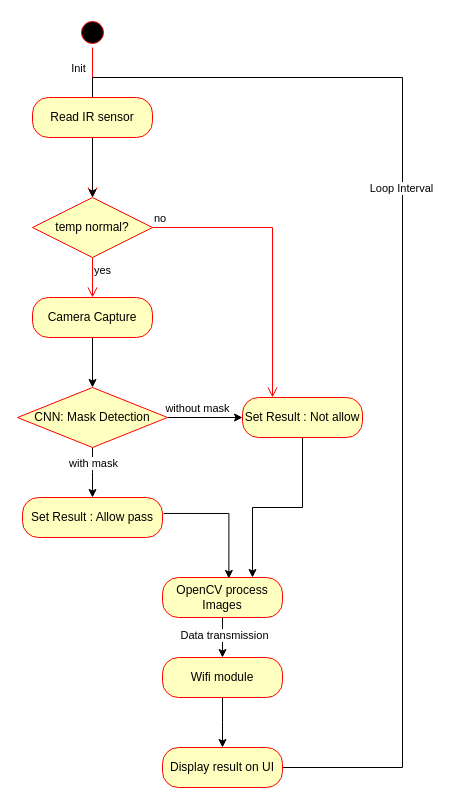
ArcueidShiki/SmartEntrySystem keeps this draw.io diagram as page "status diagram" (4 of 4) of Untitled Diagram.drawio. Above is the earlier version. Source tidied: cells renumbered, new cells numbered last; positions are measured from the earlier drawing's top-left corner, leaving out a move shared by most shapes. Both pictures are drawn from the tidied source at 100%, with x=0, y=0 at pixel (17, 17).
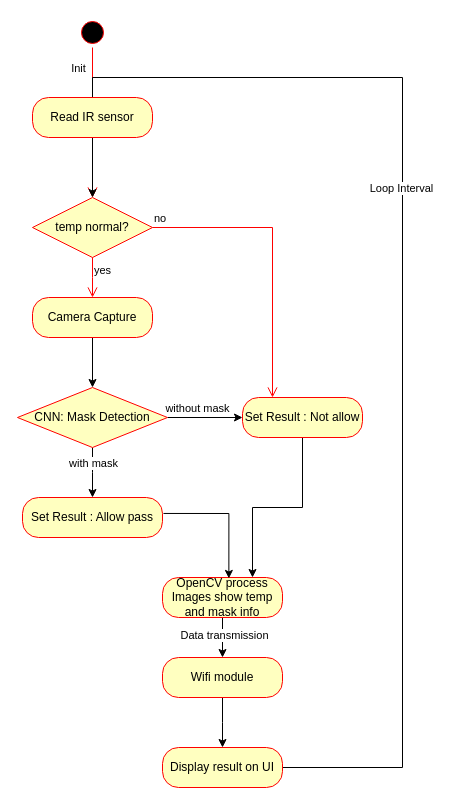
The same page after the edit.

The edit, as a diff of the source:
```diff
@@
-    <mxCell id="23" value="OpenCV process Images" style="rounded=1;whiteSpace=wrap;html=1;arcSize=40;fontColor=#000000;fillColor=#ffffc0;strokeColor=#ff0000;" parent="1" vertex="1">
+    <mxCell id="23" value="OpenCV process Images show temp and mask info" style="rounded=1;whiteSpace=wrap;html=1;arcSize=40;fontColor=#000000;fillColor=#ffffc0;strokeColor=#ff0000;" parent="1" vertex="1">
       <mxGeometry x="145" y="560" width="120" height="40" as="geometry" />
     </mxCell>
```
